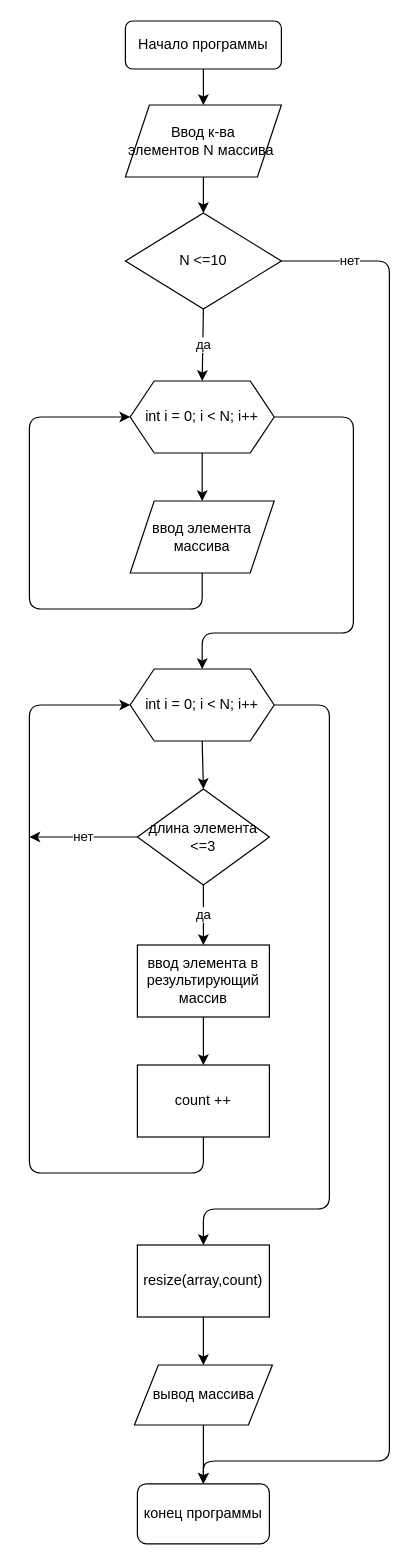
Earlier version of the draw.io diagram algorithm.drawio (Sayberix/Home_work_7). Source tidied: cells renumbered, new cells numbered last; positions are measured from the earlier drawing's top-left corner, leaving out a move shared by most shapes. Both pictures are drawn from the tidied source at 120%, with x=0, y=0 at pixel (29, 20).
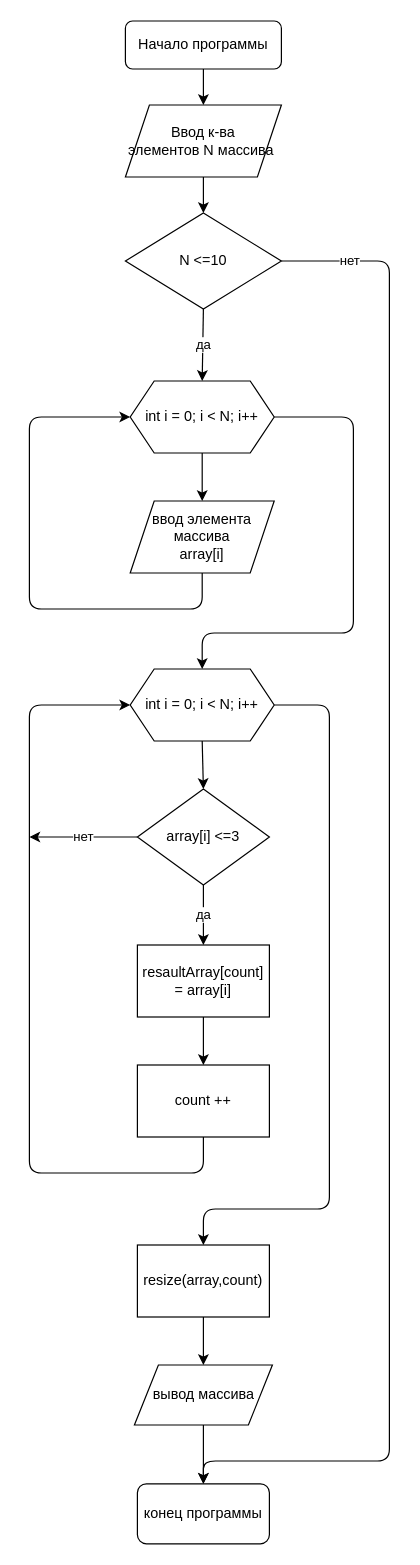
After the change.

Commit message:
финальная версия блок-схемы 2

Diff of the diagram source:
```diff
@@
-    <mxCell id="10" value="ввод элемента массива" style="shape=parallelogram;perimeter=parallelogramPerimeter;whiteSpace=wrap;html=1;fixedSize=1;" parent="1" vertex="1">
+    <mxCell id="10" value="ввод элемента массива&lt;br&gt;array[i]" style="shape=parallelogram;perimeter=parallelogramPerimeter;whiteSpace=wrap;html=1;fixedSize=1;" parent="1" vertex="1">
       <mxGeometry x="84" y="400" width="120" height="60" as="geometry" />
     </mxCell>
@@
-    <mxCell id="16" value="длина элемента &amp;lt;=3" style="rhombus;whiteSpace=wrap;html=1;" parent="1" vertex="1">
+    <mxCell id="16" value="array[i] &amp;lt;=3" style="rhombus;whiteSpace=wrap;html=1;" parent="1" vertex="1">
       <mxGeometry x="90" y="640" width="110" height="80" as="geometry" />
     </mxCell>
@@
-    <mxCell id="20" value="&lt;span&gt;ввод элемента в результирующий массив&lt;/span&gt;" style="rounded=0;whiteSpace=wrap;html=1;" parent="1" vertex="1">
+    <mxCell id="20" value="resaultArray[count] = array[i]" style="rounded=0;whiteSpace=wrap;html=1;" parent="1" vertex="1">
       <mxGeometry x="90" y="770" width="110" height="60" as="geometry" />
     </mxCell>
```
